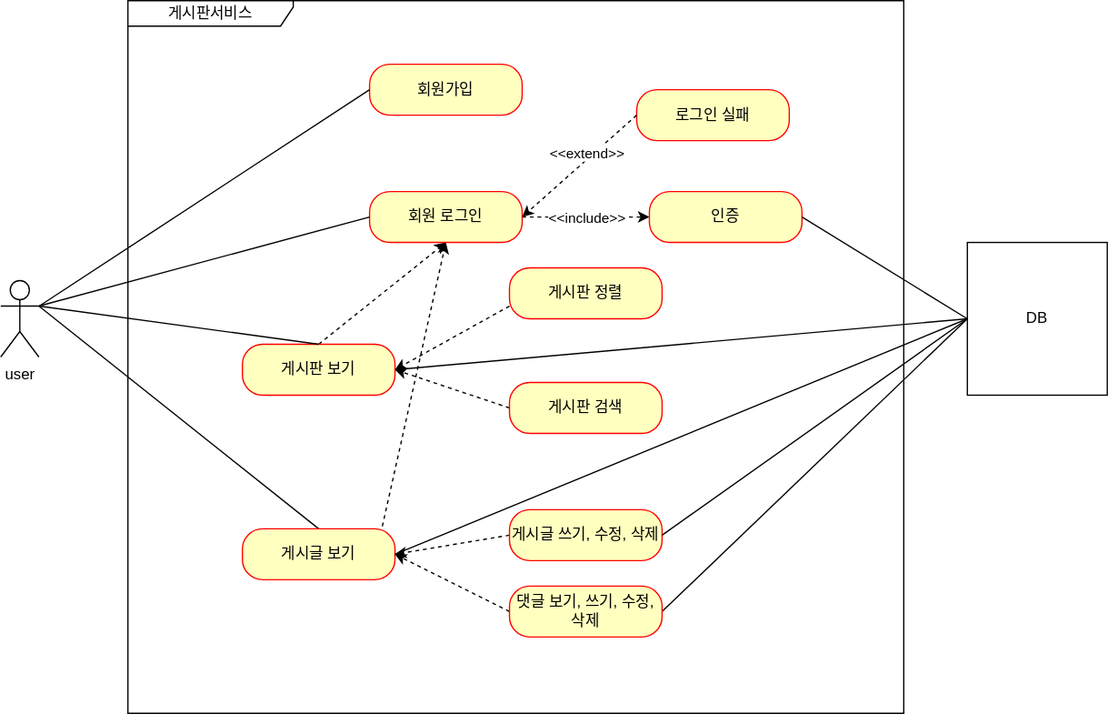
Earlier version of the draw.io export document/use-case.svg (MJ0501/board). Source tidied: cells renumbered, new cells last; positions are measured from the earlier drawing's top-left corner, leaving out a move shared by most shapes.
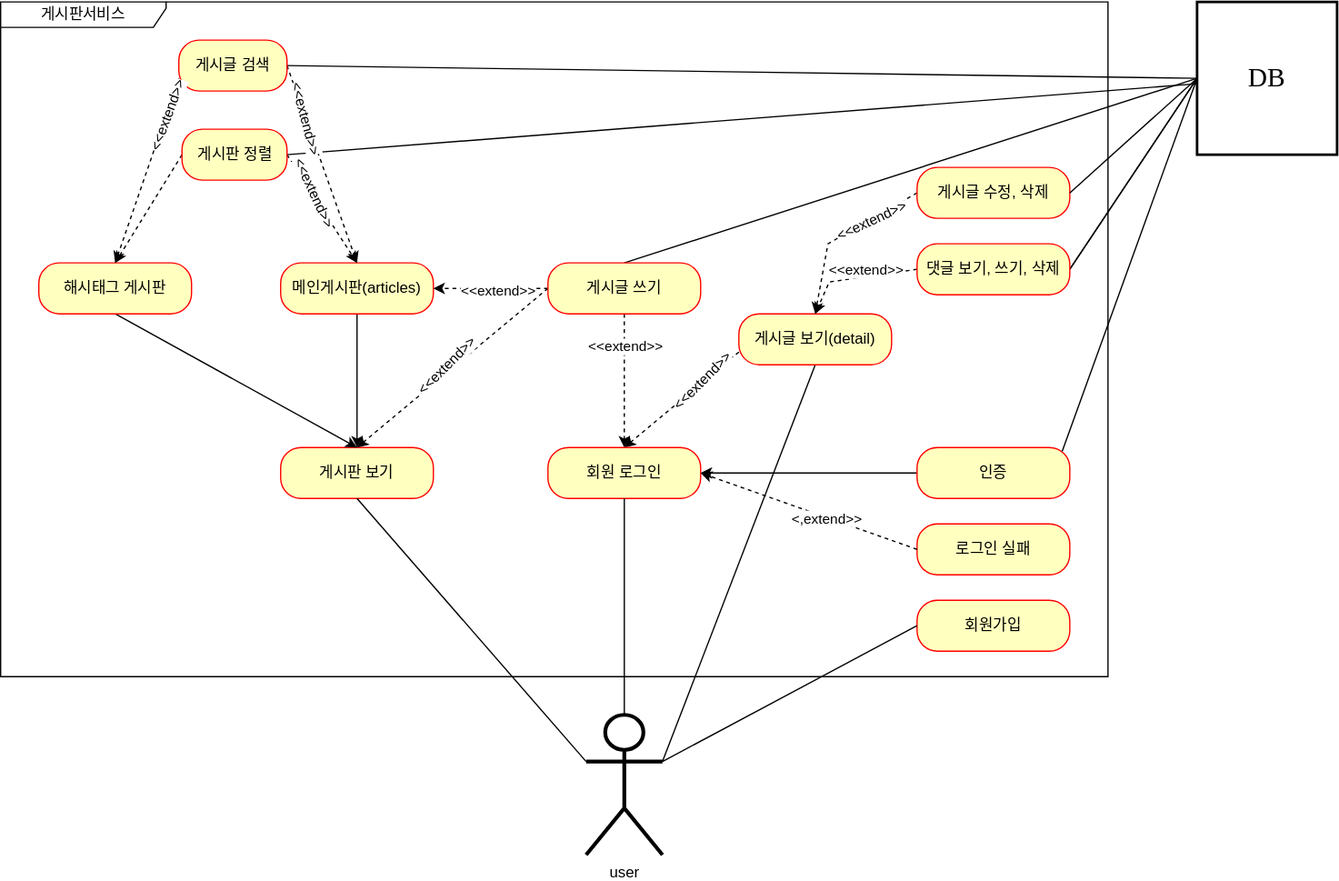
Above is the later version.

The edit, as a diff of the source:
```diff
@@ -2,105 +2,188 @@
   <root>
     <mxCell id="0" />
     <mxCell id="1" parent="0" />
-    <mxCell id="2" value="user" style="shape=umlActor;verticalLabelPosition=bottom;verticalAlign=top;html=1;direction=east;" parent="1" vertex="1">
-      <mxGeometry y="220" width="30" height="60" as="geometry" />
+    <mxCell id="2" value="user" style="shape=umlActor;verticalLabelPosition=bottom;verticalAlign=top;html=1;direction=east;strokeWidth=3;" parent="1" vertex="1">
+      <mxGeometry x="260" y="770" width="60" height="110" as="geometry" />
     </mxCell>
     <mxCell id="3" value="게시판서비스" style="shape=umlFrame;whiteSpace=wrap;html=1;width=130;height=20;labelBackgroundColor=default;swimlaneFillColor=#FFFFFF;" parent="1" vertex="1">
-      <mxGeometry x="100" width="610" height="560" as="geometry" />
+      <mxGeometry x="-200" y="210" width="870" height="530" as="geometry" />
     </mxCell>
-    <mxCell id="4" style="rounded=0;jettySize=auto;html=1;exitX=0;exitY=0.5;exitDx=0;exitDy=0;endArrow=none;endFill=0;entryX=1;entryY=0.5;entryDx=0;entryDy=0;" parent="1" edge="1" source="5" target="10">
-      <mxGeometry relative="1" as="geometry" />
-    </mxCell>
-    <mxCell id="5" value="DB" style="html=1;whiteSpace=wrap;" parent="1" vertex="1">
-      <mxGeometry x="760" y="190" width="110" height="120" as="geometry" />
+    <mxCell id="5" value="&lt;font face=&quot;Lucida Console&quot; style=&quot;font-size: 21px;&quot;&gt;DB&lt;/font&gt;" style="html=1;whiteSpace=wrap;strokeWidth=2;" parent="1" vertex="1">
+      <mxGeometry x="740" y="210" width="110" height="120" as="geometry" />
     </mxCell>
-    <mxCell id="6" style="rounded=0;jettySize=auto;html=1;exitX=1;exitY=0.5;exitDx=0;exitDy=0;dashed=1;entryX=0;entryY=0.5;entryDx=0;entryDy=0;" parent="1" edge="1" source="14" target="15">
-      <mxGeometry relative="1" as="geometry" />
-    </mxCell>
-    <mxCell id="7" value="&amp;lt;&amp;lt;include&amp;gt;&amp;gt;" style="edgeLabel;html=1;align=center;verticalAlign=middle;" parent="6" vertex="1">
-      <mxGeometry x="-0.24" y="-2" relative="1" as="geometry">
-        <mxPoint x="12" y="-2" as="offset" />
-      </mxGeometry>
-    </mxCell>
     <mxCell id="8" value="회원가입" style="rounded=1;whiteSpace=wrap;html=1;arcSize=40;fontColor=#000000;fillColor=#ffffc0;strokeColor=#ff0000;" parent="1" vertex="1">
-      <mxGeometry x="290" y="50" width="120" height="40" as="geometry" />
+      <mxGeometry x="520" y="680" width="120" height="40" as="geometry" />
     </mxCell>
-    <mxCell id="9" style="rounded=0;jettySize=auto;html=1;exitX=0.5;exitY=0;exitDx=0;exitDy=0;entryX=0.5;entryY=1;entryDx=0;entryDy=0;dashed=1;" parent="1" edge="1" source="10" target="14">
+    <mxCell id="9" style="rounded=0;jettySize=auto;html=1;exitX=0.5;exitY=1;exitDx=0;exitDy=0;entryX=0.5;entryY=0;entryDx=0;entryDy=0;dashed=1;" parent="1" edge="1" source="54" target="14">
       <mxGeometry relative="1" as="geometry" />
     </mxCell>
+    <mxCell id="34" value="&amp;lt;&amp;lt;extend&amp;gt;&amp;gt;" style="edgeLabel;html=1;align=center;verticalAlign=middle;" parent="9" vertex="1">
+      <mxGeometry x="-0.08" relative="1" as="geometry">
+        <mxPoint y="-23" as="offset" />
+      </mxGeometry>
+    </mxCell>
     <mxCell id="10" value="게시판 보기" style="rounded=1;whiteSpace=wrap;html=1;arcSize=40;fontColor=#000000;fillColor=#ffffc0;strokeColor=#ff0000;" parent="1" vertex="1">
-      <mxGeometry x="190" y="270" width="120" height="40" as="geometry" />
+      <mxGeometry x="20" y="560" width="120" height="40" as="geometry" />
     </mxCell>
-    <mxCell id="11" style="rounded=0;jettySize=auto;html=1;endArrow=none;endFill=0;entryX=1;entryY=0.3333333333333333;entryDx=0;entryDy=0;entryPerimeter=0;exitX=0.5;exitY=0;exitDx=0;exitDy=0;" parent="1" edge="1" source="13" target="2">
+    <mxCell id="11" style="rounded=0;jettySize=auto;html=1;endArrow=none;endFill=0;entryX=1;entryY=0.3333333333333333;entryDx=0;entryDy=0;entryPerimeter=0;exitX=0.5;exitY=1;exitDx=0;exitDy=0;" parent="1" edge="1" source="13" target="2">
       <mxGeometry relative="1" as="geometry" />
     </mxCell>
-    <mxCell id="12" style="rounded=0;jettySize=auto;html=1;exitX=0.917;exitY=-0.05;exitDx=0;exitDy=0;entryX=0.5;entryY=1;entryDx=0;entryDy=0;dashed=1;exitPerimeter=0;" parent="1" edge="1" source="13" target="14">
+    <mxCell id="12" style="rounded=0;jettySize=auto;html=1;exitX=0;exitY=0.75;exitDx=0;exitDy=0;entryX=0.5;entryY=0;entryDx=0;entryDy=0;dashed=1;" parent="1" edge="1" source="13" target="14">
       <mxGeometry relative="1" as="geometry" />
     </mxCell>
+    <mxCell id="35" value="&amp;lt;&amp;lt;extend&amp;gt;&amp;gt;" style="edgeLabel;html=1;align=center;verticalAlign=middle;rotation=-45;" parent="12" vertex="1">
+      <mxGeometry x="-0.62" y="2" relative="1" as="geometry">
+        <mxPoint x="-14" y="7" as="offset" />
+      </mxGeometry>
+    </mxCell>
-    <mxCell id="13" value="게시글 보기" style="rounded=1;whiteSpace=wrap;html=1;arcSize=40;fontColor=#000000;fillColor=#ffffc0;strokeColor=#ff0000;" parent="1" vertex="1">
-      <mxGeometry x="190" y="415" width="120" height="40" as="geometry" />
+    <mxCell id="13" value="게시글 보기(detail)" style="rounded=1;whiteSpace=wrap;html=1;arcSize=40;fontColor=#000000;fillColor=#ffffc0;strokeColor=#ff0000;" parent="1" vertex="1">
+      <mxGeometry x="380" y="455" width="120" height="40" as="geometry" />
     </mxCell>
     <mxCell id="14" value="회원 로그인" style="rounded=1;whiteSpace=wrap;html=1;arcSize=40;fontColor=#000000;fillColor=#ffffc0;strokeColor=#ff0000;" parent="1" vertex="1">
-      <mxGeometry x="290" y="150" width="120" height="40" as="geometry" />
+      <mxGeometry x="230" y="560" width="120" height="40" as="geometry" />
     </mxCell>
+    <mxCell id="36" style="edgeStyle=orthogonalEdgeStyle;rounded=0;jettySize=auto;html=1;entryX=1;entryY=0.5;entryDx=0;entryDy=0;" parent="1" edge="1" source="15" target="14">
+      <mxGeometry relative="1" as="geometry" />
+    </mxCell>
     <mxCell id="15" value="인증" style="rounded=1;whiteSpace=wrap;html=1;arcSize=40;fontColor=#000000;fillColor=#ffffc0;strokeColor=#ff0000;" parent="1" vertex="1">
-      <mxGeometry x="510" y="150" width="120" height="40" as="geometry" />
+      <mxGeometry x="520" y="560" width="120" height="40" as="geometry" />
     </mxCell>
-    <mxCell id="16" style="rounded=0;jettySize=auto;html=1;exitX=1;exitY=0.5;exitDx=0;exitDy=0;entryX=0;entryY=0.5;entryDx=0;entryDy=0;endArrow=none;endFill=0;" parent="1" edge="1" source="15" target="5">
+    <mxCell id="16" style="rounded=0;jettySize=auto;html=1;exitX=0.95;exitY=0.075;exitDx=0;exitDy=0;entryX=0;entryY=0.5;entryDx=0;entryDy=0;endArrow=none;endFill=0;exitPerimeter=0;" parent="1" edge="1" source="15" target="5">
       <mxGeometry relative="1" as="geometry" />
     </mxCell>
     <mxCell id="17" value="로그인 실패" style="rounded=1;whiteSpace=wrap;html=1;arcSize=40;fontColor=#000000;fillColor=#ffffc0;strokeColor=#ff0000;" parent="1" vertex="1">
-      <mxGeometry x="500" y="70" width="120" height="40" as="geometry" />
+      <mxGeometry x="520" y="620" width="120" height="40" as="geometry" />
     </mxCell>
-    <mxCell id="18" style="endArrow=none;html=1;rounded=0;exitX=0;exitY=0.5;exitDx=0;exitDy=0;" parent="1" edge="1" source="8" target="2">
+    <mxCell id="18" style="endArrow=none;html=1;rounded=0;exitX=0;exitY=0.5;exitDx=0;exitDy=0;entryX=1;entryY=0.3333333333333333;entryDx=0;entryDy=0;entryPerimeter=0;" parent="1" edge="1" source="8" target="2">
       <mxGeometry relative="1" as="geometry" />
     </mxCell>
     <mxCell id="19" style="rounded=0;jettySize=auto;html=1;exitX=0;exitY=0.5;exitDx=0;exitDy=0;dashed=1;entryX=1;entryY=0.5;entryDx=0;entryDy=0;" parent="1" edge="1" source="17" target="14">
       <mxGeometry relative="1" as="geometry" />
     </mxCell>
-    <mxCell id="20" value="&amp;lt;&amp;lt;extend&amp;gt;&amp;gt;" style="edgeLabel;html=1;align=center;verticalAlign=middle;" parent="19" vertex="1">
-      <mxGeometry x="0.02" y="1" relative="1" as="geometry">
-        <mxPoint x="6" y="-12" as="offset" />
-      </mxGeometry>
-    </mxCell>
+    <mxCell id="37" value="&amp;lt;,extend&amp;gt;&amp;gt;" style="edgeLabel;html=1;align=center;verticalAlign=middle;" parent="19" vertex="1">
+      <mxGeometry x="-0.14" y="1" relative="1" as="geometry">
+        <mxPoint x="1" as="offset" />
+      </mxGeometry>
+    </mxCell>
-    <mxCell id="21" style="rounded=0;jettySize=auto;html=1;exitX=0;exitY=0.5;exitDx=0;exitDy=0;entryX=1;entryY=0.3333333333333333;entryDx=0;entryDy=0;entryPerimeter=0;endArrow=none;endFill=0;" parent="1" edge="1" source="14" target="2">
+    <mxCell id="21" style="rounded=0;jettySize=auto;html=1;endArrow=none;endFill=0;entryX=0.5;entryY=0;entryDx=0;entryDy=0;entryPerimeter=0;" parent="1" edge="1" source="14" target="2">
       <mxGeometry relative="1" as="geometry" />
     </mxCell>
-    <mxCell id="22" style="rounded=0;jettySize=auto;html=1;exitX=0.5;exitY=0;exitDx=0;exitDy=0;entryX=1;entryY=0.3333333333333333;entryDx=0;entryDy=0;entryPerimeter=0;endArrow=none;endFill=0;" parent="1" edge="1" source="10" target="2">
-      <mxGeometry relative="1" as="geometry" />
+    <mxCell id="22" style="rounded=0;jettySize=auto;html=1;entryX=0;entryY=0.3333333333333333;entryDx=0;entryDy=0;entryPerimeter=0;endArrow=none;endFill=0;" parent="1" edge="1" target="2">
+      <mxGeometry relative="1" as="geometry">
+        <mxPoint x="80" y="600" as="sourcePoint" />
+      </mxGeometry>
     </mxCell>
-    <mxCell id="23" style="rounded=0;jettySize=auto;html=1;exitX=0;exitY=0.5;exitDx=0;exitDy=0;entryX=1;entryY=0.5;entryDx=0;entryDy=0;dashed=1;" parent="1" edge="1" source="24" target="10">
+    <mxCell id="23" style="rounded=0;jettySize=auto;html=1;entryX=0.5;entryY=0;entryDx=0;entryDy=0;exitX=0.5;exitY=1;exitDx=0;exitDy=0;" parent="1" edge="1" source="24" target="10">
       <mxGeometry relative="1" as="geometry" />
     </mxCell>
-    <mxCell id="24" value="게시판 검색" style="rounded=1;whiteSpace=wrap;html=1;arcSize=40;fontColor=#000000;fillColor=#ffffc0;strokeColor=#ff0000;" parent="1" vertex="1">
-      <mxGeometry x="400" y="300" width="120" height="40" as="geometry" />
+    <mxCell id="24" value="해시태그 게시판" style="rounded=1;whiteSpace=wrap;html=1;arcSize=40;fontColor=#000000;fillColor=#ffffc0;strokeColor=#ff0000;" parent="1" vertex="1">
+      <mxGeometry x="-170" y="415" width="120" height="40" as="geometry" />
     </mxCell>
-    <mxCell id="25" style="rounded=0;jettySize=auto;html=1;exitX=0;exitY=0.75;exitDx=0;exitDy=0;entryX=1;entryY=0.5;entryDx=0;entryDy=0;dashed=1;" parent="1" edge="1" source="26" target="10">
+    <mxCell id="25" style="rounded=0;jettySize=auto;html=1;exitX=0.5;exitY=1;exitDx=0;exitDy=0;entryX=0.5;entryY=0;entryDx=0;entryDy=0;" parent="1" edge="1" source="26" target="10">
       <mxGeometry relative="1" as="geometry" />
     </mxCell>
-    <mxCell id="26" value="게시판 정렬" style="rounded=1;whiteSpace=wrap;html=1;arcSize=40;fontColor=#000000;fillColor=#ffffc0;strokeColor=#ff0000;" parent="1" vertex="1">
-      <mxGeometry x="400" y="210" width="120" height="40" as="geometry" />
+    <mxCell id="26" value="메인게시판(articles)" style="rounded=1;whiteSpace=wrap;html=1;arcSize=40;fontColor=#000000;fillColor=#ffffc0;strokeColor=#ff0000;" parent="1" vertex="1">
+      <mxGeometry x="20" y="415" width="120" height="40" as="geometry" />
     </mxCell>
-    <mxCell id="27" style="rounded=0;jettySize=auto;html=1;exitX=0;exitY=0.5;exitDx=0;exitDy=0;dashed=1;entryX=1;entryY=0.5;entryDx=0;entryDy=0;" parent="1" edge="1" source="29" target="13">
-      <mxGeometry relative="1" as="geometry" />
+    <mxCell id="27" style="rounded=0;jettySize=auto;html=1;exitX=0;exitY=0.5;exitDx=0;exitDy=0;dashed=1;entryX=0.5;entryY=0;entryDx=0;entryDy=0;" parent="1" edge="1" source="29" target="13">
+      <mxGeometry relative="1" as="geometry">
+        <Array as="points">
+          <mxPoint x="451" y="430" />
+        </Array>
+      </mxGeometry>
     </mxCell>
+    <mxCell id="38" value="&amp;lt;&amp;lt;extend&amp;gt;&amp;gt;" style="edgeLabel;html=1;align=center;verticalAlign=middle;" parent="27" vertex="1">
+      <mxGeometry x="-0.1" y="1" relative="1" as="geometry">
+        <mxPoint x="2" y="-7" as="offset" />
+      </mxGeometry>
+    </mxCell>
     <mxCell id="28" style="rounded=0;jettySize=auto;html=1;exitX=1;exitY=0.5;exitDx=0;exitDy=0;endArrow=none;endFill=0;entryX=0;entryY=0.5;entryDx=0;entryDy=0;" parent="1" edge="1" source="29" target="5">
       <mxGeometry relative="1" as="geometry" />
     </mxCell>
-    <mxCell id="29" value="댓글 보기, 쓰기, 수정, 삭제" style="rounded=1;whiteSpace=wrap;html=1;arcSize=40;fontColor=#000000;fillColor=#ffffc0;strokeColor=#ff0000;" parent="1" vertex="1">
-      <mxGeometry x="400" y="460" width="120" height="40" as="geometry" />
-    </mxCell>
-    <mxCell id="30" style="rounded=0;jettySize=auto;html=1;exitX=0;exitY=0.5;exitDx=0;exitDy=0;dashed=1;entryX=1;entryY=0.5;entryDx=0;entryDy=0;" parent="1" edge="1" source="31" target="13">
-      <mxGeometry relative="1" as="geometry" />
+    <mxCell id="30" style="rounded=0;jettySize=auto;html=1;exitX=0;exitY=0.5;exitDx=0;exitDy=0;dashed=1;entryX=0.5;entryY=0;entryDx=0;entryDy=0;" parent="1" edge="1" source="31" target="13">
+      <mxGeometry relative="1" as="geometry">
+        <Array as="points">
+          <mxPoint x="450" y="400" />
+        </Array>
+      </mxGeometry>
     </mxCell>
+    <mxCell id="39" value="&amp;lt;&amp;lt;extend&amp;gt;&amp;gt;" style="edgeLabel;html=1;align=center;verticalAlign=middle;rotation=-25;" parent="30" vertex="1">
+      <mxGeometry x="-0.38" relative="1" as="geometry">
+        <mxPoint x="1" as="offset" />
+      </mxGeometry>
+    </mxCell>
-    <mxCell id="31" value="게시글 쓰기, 수정, 삭제" style="rounded=1;whiteSpace=wrap;html=1;arcSize=40;fontColor=#000000;fillColor=#ffffc0;strokeColor=#ff0000;" parent="1" vertex="1">
-      <mxGeometry x="400" y="400" width="120" height="40" as="geometry" />
+    <mxCell id="31" value="게시글 수정, 삭제" style="rounded=1;whiteSpace=wrap;html=1;arcSize=40;fontColor=#000000;fillColor=#ffffc0;strokeColor=#ff0000;" parent="1" vertex="1">
+      <mxGeometry x="520" y="340" width="120" height="40" as="geometry" />
     </mxCell>
     <mxCell id="32" style="rounded=0;jettySize=auto;html=1;exitX=1;exitY=0.5;exitDx=0;exitDy=0;entryX=0;entryY=0.5;entryDx=0;entryDy=0;endArrow=none;endFill=0;" parent="1" edge="1" source="31" target="5">
       <mxGeometry relative="1" as="geometry" />
     </mxCell>
-    <mxCell id="33" style="rounded=0;jettySize=auto;html=1;exitX=1;exitY=0.5;exitDx=0;exitDy=0;endArrow=none;endFill=0;entryX=0;entryY=0.5;entryDx=0;entryDy=0;" parent="1" edge="1" source="13" target="5">
-      <mxGeometry relative="1" as="geometry" />
-    </mxCell>
+    <mxCell id="40" style="rounded=0;jettySize=auto;html=1;exitX=1;exitY=0.5;exitDx=0;exitDy=0;entryX=0.5;entryY=0;entryDx=0;entryDy=0;dashed=1;" parent="1" edge="1" source="57" target="26">
+      <mxGeometry relative="1" as="geometry" />
+    </mxCell>
+    <mxCell id="41" value="&amp;lt;&amp;lt;extend&amp;gt;&amp;gt;" style="edgeLabel;html=1;align=center;verticalAlign=middle;rotation=65;" parent="40" vertex="1">
+      <mxGeometry x="0.12" y="2" relative="1" as="geometry">
+        <mxPoint x="-11" y="-17" as="offset" />
+      </mxGeometry>
+    </mxCell>
+    <mxCell id="42" style="rounded=0;jettySize=auto;html=1;endArrow=none;endFill=0;exitX=1;exitY=0.5;exitDx=0;exitDy=0;" parent="1" edge="1" source="57" target="5">
+      <mxGeometry relative="1" as="geometry" />
+    </mxCell>
+    <mxCell id="43" style="rounded=0;jettySize=auto;html=1;dashed=1;entryX=0.5;entryY=0;entryDx=0;entryDy=0;exitX=1;exitY=0.5;exitDx=0;exitDy=0;" parent="1" edge="1" source="47" target="26">
+      <mxGeometry relative="1" as="geometry" />
+    </mxCell>
+    <mxCell id="44" value="&amp;lt;&amp;lt;extend&amp;gt;&amp;gt;" style="edgeLabel;html=1;align=center;verticalAlign=middle;rotation=75;" parent="43" vertex="1">
+      <mxGeometry x="-0.02" y="2" relative="1" as="geometry">
+        <mxPoint x="-14" y="-35" as="offset" />
+      </mxGeometry>
+    </mxCell>
+    <mxCell id="45" style="rounded=0;jettySize=auto;html=1;dashed=1;exitX=0;exitY=0.5;exitDx=0;exitDy=0;entryX=0.5;entryY=0;entryDx=0;entryDy=0;" parent="1" edge="1" source="57" target="24">
+      <mxGeometry relative="1" as="geometry" />
+    </mxCell>
+    <mxCell id="46" style="rounded=0;jettySize=auto;html=1;exitX=1;exitY=0.5;exitDx=0;exitDy=0;entryX=0;entryY=0.5;entryDx=0;entryDy=0;endArrow=none;endFill=0;" parent="1" edge="1" source="47" target="5">
+      <mxGeometry relative="1" as="geometry" />
+    </mxCell>
+    <mxCell id="47" value="게시글 검색" style="rounded=1;whiteSpace=wrap;html=1;arcSize=40;fontColor=#000000;fillColor=#ffffc0;strokeColor=#ff0000;" parent="1" vertex="1">
+      <mxGeometry x="-60" y="240" width="85" height="40" as="geometry" />
+    </mxCell>
+    <mxCell id="48" style="rounded=0;jettySize=auto;html=1;exitX=0;exitY=0.5;exitDx=0;exitDy=0;endArrow=none;endFill=0;entryX=1;entryY=0.5;entryDx=0;entryDy=0;" parent="1" edge="1" source="5" target="29">
+      <mxGeometry relative="1" as="geometry" />
+    </mxCell>
+    <mxCell id="29" value="댓글 보기, 쓰기, 삭제" style="rounded=1;whiteSpace=wrap;html=1;arcSize=40;fontColor=#000000;fillColor=#ffffc0;strokeColor=#ff0000;" parent="1" vertex="1">
+      <mxGeometry x="520" y="400" width="120" height="40" as="geometry" />
+    </mxCell>
+    <mxCell id="49" style="rounded=0;jettySize=auto;html=1;dashed=1;" parent="1" edge="1" source="54" target="26">
+      <mxGeometry relative="1" as="geometry" />
+    </mxCell>
+    <mxCell id="50" value="&amp;lt;&amp;lt;extend&amp;gt;&amp;gt;" style="edgeLabel;html=1;align=center;verticalAlign=middle;" parent="49" vertex="1">
+      <mxGeometry x="-0.06" y="2" relative="1" as="geometry">
+        <mxPoint x="2" y="-1" as="offset" />
+      </mxGeometry>
+    </mxCell>
+    <mxCell id="51" style="rounded=0;jettySize=auto;html=1;exitX=0.5;exitY=0;exitDx=0;exitDy=0;entryX=0;entryY=0.5;entryDx=0;entryDy=0;endArrow=none;endFill=0;" parent="1" edge="1" source="54" target="5">
+      <mxGeometry relative="1" as="geometry" />
+    </mxCell>
+    <mxCell id="52" style="rounded=0;jettySize=auto;html=1;exitX=0;exitY=0.5;exitDx=0;exitDy=0;entryX=0.5;entryY=0;entryDx=0;entryDy=0;dashed=1;" parent="1" edge="1" source="54" target="10">
+      <mxGeometry relative="1" as="geometry" />
+    </mxCell>
+    <mxCell id="53" value="&amp;lt;&amp;lt;extend&amp;gt;&amp;gt;" style="edgeLabel;html=1;align=center;verticalAlign=middle;rotation=-45;" parent="52" vertex="1">
+      <mxGeometry x="-0.25" y="1" relative="1" as="geometry">
+        <mxPoint x="-25" y="13" as="offset" />
+      </mxGeometry>
+    </mxCell>
+    <mxCell id="54" value="게시글 쓰기" style="rounded=1;whiteSpace=wrap;html=1;arcSize=40;fontColor=#000000;fillColor=#ffffc0;strokeColor=#ff0000;" parent="1" vertex="1">
+      <mxGeometry x="230" y="415" width="120" height="40" as="geometry" />
+    </mxCell>
+    <mxCell id="55" style="rounded=0;jettySize=auto;html=1;dashed=1;exitX=0;exitY=0.75;exitDx=0;exitDy=0;entryX=0.5;entryY=0;entryDx=0;entryDy=0;" parent="1" edge="1" source="47" target="24">
+      <mxGeometry relative="1" as="geometry" />
+    </mxCell>
+    <mxCell id="56" value="&amp;lt;&amp;lt;extend&amp;gt;&amp;gt;" style="edgeLabel;html=1;align=center;verticalAlign=middle;rotation=-70;" parent="55" vertex="1">
+      <mxGeometry x="-0.09" y="2" relative="1" as="geometry">
+        <mxPoint x="11" y="-37" as="offset" />
+      </mxGeometry>
+    </mxCell>
+    <mxCell id="57" value="게시판 정렬" style="rounded=1;whiteSpace=wrap;html=1;arcSize=40;fontColor=#000000;fillColor=#ffffc0;strokeColor=#ff0000;" parent="1" vertex="1">
+      <mxGeometry x="-57.5" y="310" width="82.5" height="40" as="geometry" />
+    </mxCell>
   </root>
 </mxGraphModel>
```
